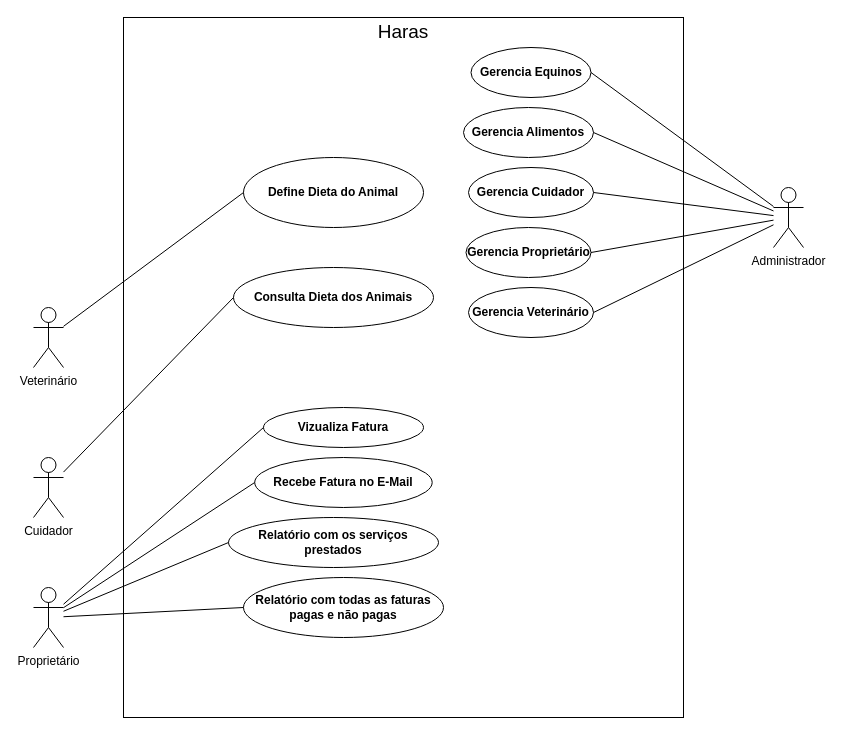
Earlier version of the draw.io diagram page "Caso de Uso" (3 of 4) of diagramas/haras_telas.drawio (Iagoarrighi/LPS-Haras). Source tidied: cells renumbered, new cells numbered last; positions are measured from the earlier drawing's top-left corner, leaving out a move shared by most shapes. Both pictures are drawn from the tidied source at 100%, with x=0, y=0 at pixel (33, 17).
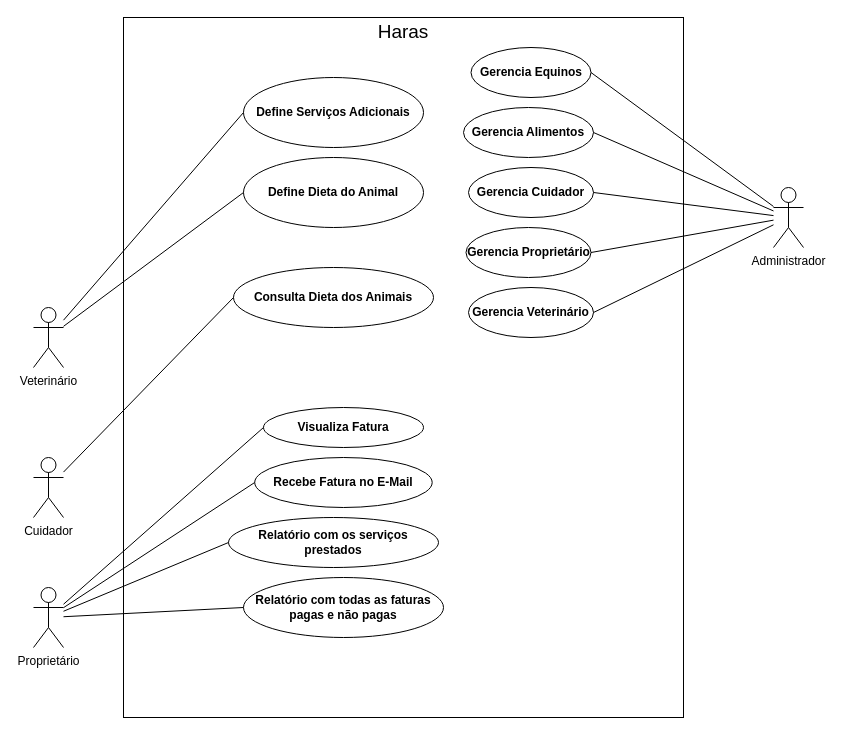
Above is the later version.

The change refers to these unchanged cells:
```xml
<mxCell id="5" value="Veterinário" style="shape=umlActor;verticalLabelPosition=bottom;verticalAlign=top;html=1;outlineConnect=0;" parent="1" vertex="1">
  <mxGeometry y="290" width="30" height="60" as="geometry" />
</mxCell>
```

Change to the diagram source:
```diff
@@
-    <mxCell id="21" value="Vizualiza Fatura" style="ellipse;whiteSpace=wrap;html=1;fontStyle=1;" parent="1" vertex="1">
+    <mxCell id="21" value="Visualiza Fatura" style="ellipse;whiteSpace=wrap;html=1;fontStyle=1;" parent="1" vertex="1">
       <mxGeometry x="230" y="390" width="160" height="40" as="geometry" />
     </mxCell>
@@
+    <mxCell id="30" value="&lt;b&gt;Define Serviços Adicionais&lt;br&gt;&lt;/b&gt;" style="ellipse;whiteSpace=wrap;html=1;" parent="1" vertex="1">
+      <mxGeometry x="210" y="60" width="180" height="70" as="geometry" />
+    </mxCell>
+    <mxCell id="31" style="endArrow=none;html=1;rounded=0;entryX=0;entryY=0.5;entryDx=0;entryDy=0;" parent="1" edge="1" source="5" target="30">
+      <mxGeometry relative="1" as="geometry" />
+    </mxCell>
```
